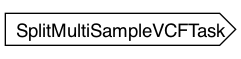
broadinstitute/long-read-pipelines keeps this Graphviz diagram as dot/SplitMultiSampleVCF.dot.png. Above is the earlier version. Its source is kept beside it as dot/SplitMultiSampleVCF.dot. Source of this version:
```dot
digraph {
	compound=true rankdir=LR
	node [fontname=Roboto]
	edge [color="#00000080"]
	"call-SplitMultiSampleVCFTask" [label=SplitMultiSampleVCFTask shape=cds]
}
```
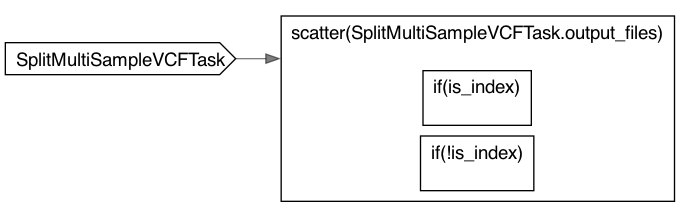
After the change.

Change to the diagram source:
```diff
@@ -3,4 +3,17 @@
 	node [fontname=Roboto]
 	edge [color="#00000080"]
 	"call-SplitMultiSampleVCFTask" [label=SplitMultiSampleVCFTask shape=cds]
+	subgraph "cluster-scatter-L41C5-f" {
+		fontname=Roboto label="scatter(SplitMultiSampleVCFTask.output_files)" rank=same
+		subgraph "cluster-if-L43C9" {
+			fontname=Roboto label="if(!is_index)" rank=same
+			"if-L43C9" [label="" height=0 margin=0 style=invis width=0]
+		}
+		subgraph "cluster-if-L44C9" {
+			fontname=Roboto label="if(is_index)" rank=same
+			"if-L44C9" [label="" height=0 margin=0 style=invis width=0]
+		}
+		"scatter-L41C5-f" [label="" height=0 margin=0 style=invis width=0]
+	}
+	"call-SplitMultiSampleVCFTask" -> "scatter-L41C5-f" [lhead="cluster-scatter-L41C5-f"]
 }
```
